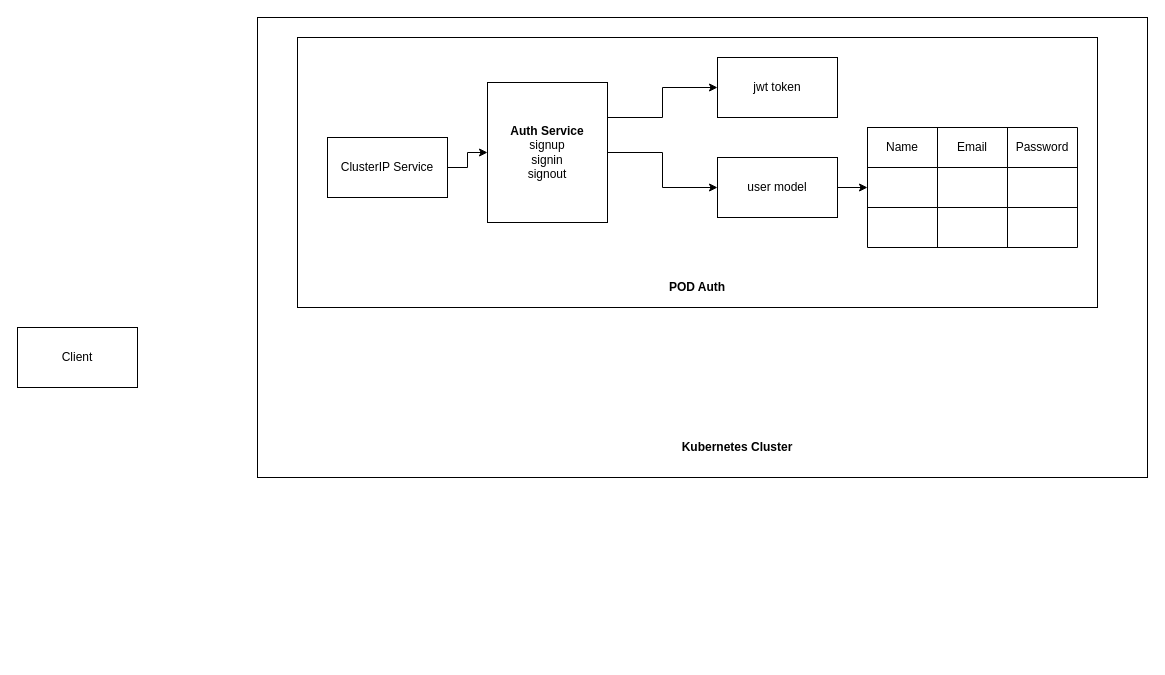
This is page "Highlevel-Arch" (2 of 3) of Untitled.drawio from supran2811/familyApp, a draw.io file, before an edit. Source tidied: cells renumbered, new cells numbered last; positions are measured from the earlier drawing's top-left corner, leaving out a move shared by most shapes. Both pictures are drawn from the tidied source at 100%, with x=0, y=0 at pixel (17, 17).
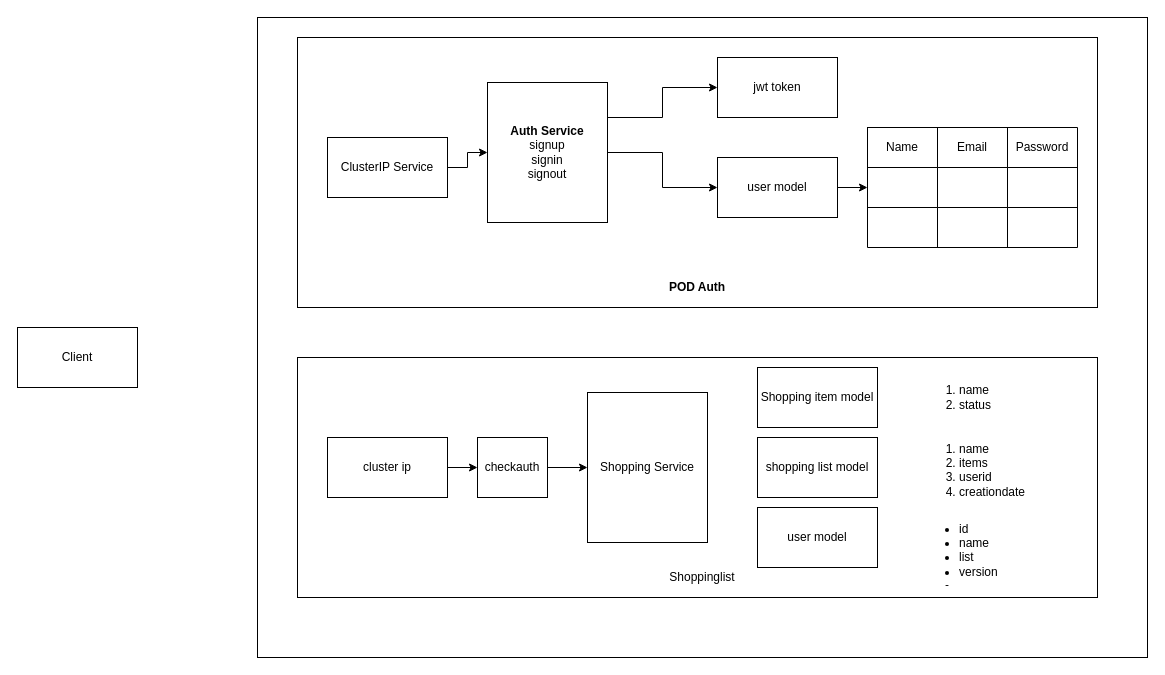
The same diagram, later.

The edit, as a diff of the source:
```diff
@@
     <mxCell id="2" style="rounded=0;whiteSpace=wrap;html=1;" parent="1" vertex="1">
-      <mxGeometry x="240" width="890" height="460" as="geometry" />
+      <mxGeometry x="240" width="890" height="640" as="geometry" />
     </mxCell>
@@
+    <mxCell id="28" style="rounded=0;whiteSpace=wrap;html=1;" parent="1" vertex="1">
+      <mxGeometry x="280" y="340" width="800" height="240" as="geometry" />
+    </mxCell>
+    <mxCell id="29" value="Shoppinglist" style="text;html=1;strokeColor=none;fillColor=none;align=center;verticalAlign=middle;whiteSpace=wrap;rounded=0;" parent="1" vertex="1">
+      <mxGeometry x="665" y="550" width="40" height="20" as="geometry" />
+    </mxCell>
+    <mxCell id="30" value="Shopping Service&lt;br&gt;" style="rounded=0;whiteSpace=wrap;html=1;" parent="1" vertex="1">
+      <mxGeometry x="570" y="375" width="120" height="150" as="geometry" />
+    </mxCell>
+    <mxCell id="31" style="edgeStyle=orthogonalEdgeStyle;rounded=0;jettySize=auto;html=1;exitX=1;exitY=0.5;exitDx=0;exitDy=0;entryX=0;entryY=0.5;entryDx=0;entryDy=0;" parent="1" edge="1" source="32" target="34">
+      <mxGeometry relative="1" as="geometry" />
+    </mxCell>
+    <mxCell id="32" value="cluster ip" style="rounded=0;whiteSpace=wrap;html=1;" parent="1" vertex="1">
+      <mxGeometry x="310" y="420" width="120" height="60" as="geometry" />
+    </mxCell>
+    <mxCell id="33" style="edgeStyle=orthogonalEdgeStyle;rounded=0;jettySize=auto;html=1;exitX=1;exitY=0.5;exitDx=0;exitDy=0;entryX=0;entryY=0.5;entryDx=0;entryDy=0;" parent="1" edge="1" source="34" target="30">
+      <mxGeometry relative="1" as="geometry" />
+    </mxCell>
+    <mxCell id="34" value="checkauth" style="rounded=0;whiteSpace=wrap;html=1;" parent="1" vertex="1">
+      <mxGeometry x="460" y="420" width="70" height="60" as="geometry" />
+    </mxCell>
+    <mxCell id="35" value="user model" style="rounded=0;whiteSpace=wrap;html=1;" parent="1" vertex="1">
+      <mxGeometry x="740" y="490" width="120" height="60" as="geometry" />
+    </mxCell>
+    <mxCell id="36" value="shopping list model" style="rounded=0;whiteSpace=wrap;html=1;" parent="1" vertex="1">
+      <mxGeometry x="740" y="420" width="120" height="60" as="geometry" />
+    </mxCell>
+    <mxCell id="37" value="&lt;ul&gt;&lt;li&gt;id&lt;/li&gt;&lt;li&gt;name&lt;/li&gt;&lt;li&gt;list&lt;/li&gt;&lt;li&gt;version&lt;/li&gt;&lt;li&gt;&lt;br&gt;&lt;/li&gt;&lt;/ul&gt;" style="text;strokeColor=none;fillColor=none;html=1;whiteSpace=wrap;verticalAlign=middle;overflow=hidden;" parent="1" vertex="1">
+      <mxGeometry x="900" y="490" width="100" height="80" as="geometry" />
+    </mxCell>
+    <mxCell id="38" value="&lt;ol&gt;&lt;li&gt;name&lt;/li&gt;&lt;li&gt;items&lt;/li&gt;&lt;li&gt;userid&lt;/li&gt;&lt;li&gt;creationdate&lt;/li&gt;&lt;/ol&gt;" style="text;strokeColor=none;fillColor=none;html=1;whiteSpace=wrap;verticalAlign=middle;overflow=hidden;" parent="1" vertex="1">
+      <mxGeometry x="900" y="410" width="140" height="80" as="geometry" />
+    </mxCell>
+    <mxCell id="39" value="Shopping item model" style="rounded=0;whiteSpace=wrap;html=1;" parent="1" vertex="1">
+      <mxGeometry x="740" y="350" width="120" height="60" as="geometry" />
+    </mxCell>
+    <mxCell id="40" value="&lt;ol&gt;&lt;li&gt;name&lt;/li&gt;&lt;li&gt;status&lt;/li&gt;&lt;/ol&gt;" style="text;strokeColor=none;fillColor=none;html=1;whiteSpace=wrap;verticalAlign=middle;overflow=hidden;" parent="1" vertex="1">
+      <mxGeometry x="900" y="350" width="100" height="60" as="geometry" />
+    </mxCell>
```
